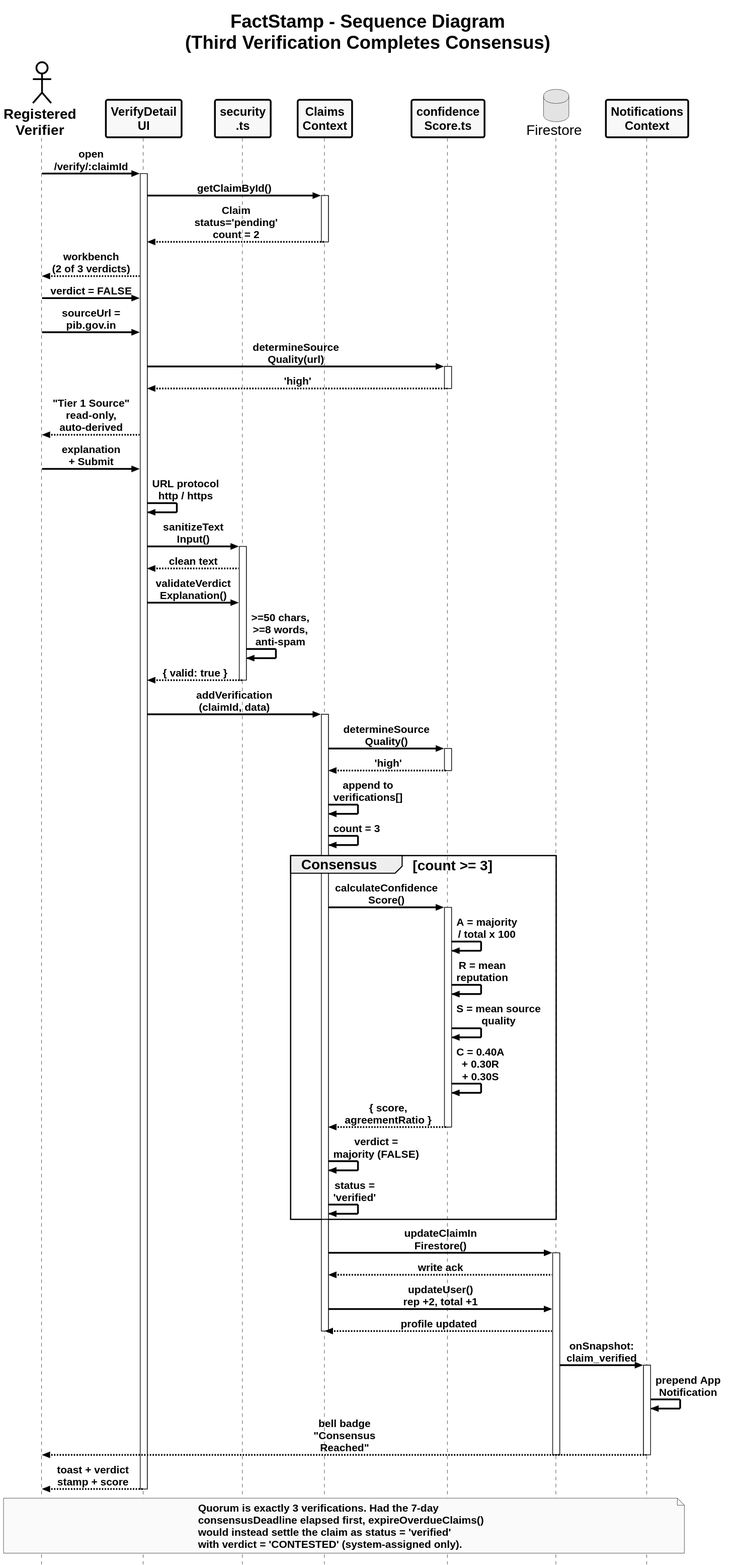
aadish0day/typst keeps this PlantUML diagram as FactStamp/black_book_draft/03_Requirements_and_Analysis/attachments/sequence_diagram.svg. Above is the earlier version. Its diagram source:
```plantuml
@startuml
skinparam style strictuml
skinparam monochrome true
skinparam defaultFontName "Liberation Sans"
skinparam defaultFontSize 20
skinparam defaultFontStyle bold
skinparam titleFontSize 26
skinparam titleFontStyle bold

skinparam backgroundColor white
skinparam ArrowColor black
skinparam ArrowThickness 2.5
skinparam ArrowFontSize 17
skinparam ArrowFontStyle bold

skinparam UsecaseBorderColor black
skinparam UsecaseBorderThickness 2.5
skinparam UsecaseBackgroundColor #F8F9FA
skinparam UsecaseFontSize 19
skinparam UsecaseFontStyle bold

skinparam ActorBorderColor black
skinparam ActorBorderThickness 2.5
skinparam ActorBackgroundColor #FFFFFF
skinparam ActorFontSize 20
skinparam ActorFontStyle bold

skinparam RectangleBorderColor black
skinparam RectangleBorderThickness 2.5
skinparam RectangleBackgroundColor transparent
skinparam RectangleFontSize 20
skinparam RectangleFontStyle bold

title FactStamp - Sequence Diagram\n(Third Verification Completes Consensus)

skinparam ParticipantBorderColor black
skinparam ParticipantBorderThickness 2.5
skinparam ParticipantBackgroundColor #F8F9FA
skinparam ParticipantFontSize 17
skinparam ParticipantFontStyle bold
skinparam SequenceLifeLineBorderColor black
skinparam SequenceLifeLineBorderThickness 2.0
skinparam SequenceMessageAlignment center
skinparam ArrowFontSize 15
skinparam NoteFontSize 15
skinparam NoteFontStyle bold
skinparam maxMessageSize 190

actor "Registered\nVerifier" as V
participant "VerifyDetail\nUI" as UI
participant "security\n.ts" as SEC
participant "Claims\nContext" as CTX
participant "confidence\nScore.ts" as CONF
database "Firestore" as FS
participant "Notifications\nContext" as NOTIF

V -> UI : open\n/verify/:claimId
activate UI
UI -> CTX : getClaimById()
activate CTX
CTX --> UI : Claim\nstatus='pending'\ncount = 2
deactivate CTX
UI --> V : workbench\n(2 of 3 verdicts)

V -> UI : verdict = FALSE
V -> UI : sourceUrl =\npib.gov.in
UI -> CONF : determineSource\nQuality(url)
activate CONF
CONF --> UI : 'high'
deactivate CONF
UI --> V : "Tier 1 Source"\nread-only,\nauto-derived

V -> UI : explanation\n+ Submit
UI -> UI : URL protocol\nhttp / https

UI -> SEC : sanitizeText\nInput()
activate SEC
SEC --> UI : clean text
UI -> SEC : validateVerdict\nExplanation()
SEC -> SEC : >=50 chars,\n>=8 words,\nanti-spam
SEC --> UI : { valid: true }
deactivate SEC

UI -> CTX : addVerification\n(claimId, data)
activate CTX
CTX -> CONF : determineSource\nQuality()
activate CONF
CONF --> CTX : 'high'
deactivate CONF
CTX -> CTX : append to\nverifications[]
CTX -> CTX : count = 3

group Consensus [count >= 3]
  CTX -> CONF : calculateConfidence\nScore()
  activate CONF
  CONF -> CONF : A = majority\n/ total x 100
  CONF -> CONF : R = mean\nreputation
  CONF -> CONF : S = mean source\nquality
  CONF -> CONF : C = 0.40A\n+ 0.30R\n+ 0.30S
  CONF --> CTX : { score,\nagreementRatio }
  deactivate CONF
  CTX -> CTX : verdict =\nmajority (FALSE)
  CTX -> CTX : status =\n'verified'
end

CTX -> FS : updateClaimIn\nFirestore()
activate FS
FS --> CTX : write ack
CTX -> FS : updateUser()\nrep +2, total +1
FS --> CTX : profile updated
deactivate CTX

FS -> NOTIF : onSnapshot:\nclaim_verified
activate NOTIF
NOTIF -> NOTIF : prepend App\nNotification
NOTIF --> V : bell badge\n"Consensus\nReached"
deactivate NOTIF
deactivate FS

UI --> V : toast + verdict\nstamp + score
deactivate UI

note over V, NOTIF
  Quorum is exactly 3 verifications. Had the 7-day
  consensusDeadline elapsed first, expireOverdueClaims()
  would instead settle the claim as status = 'verified'
  with verdict = 'CONTESTED' (system-assigned only).
end note
@enduml
```
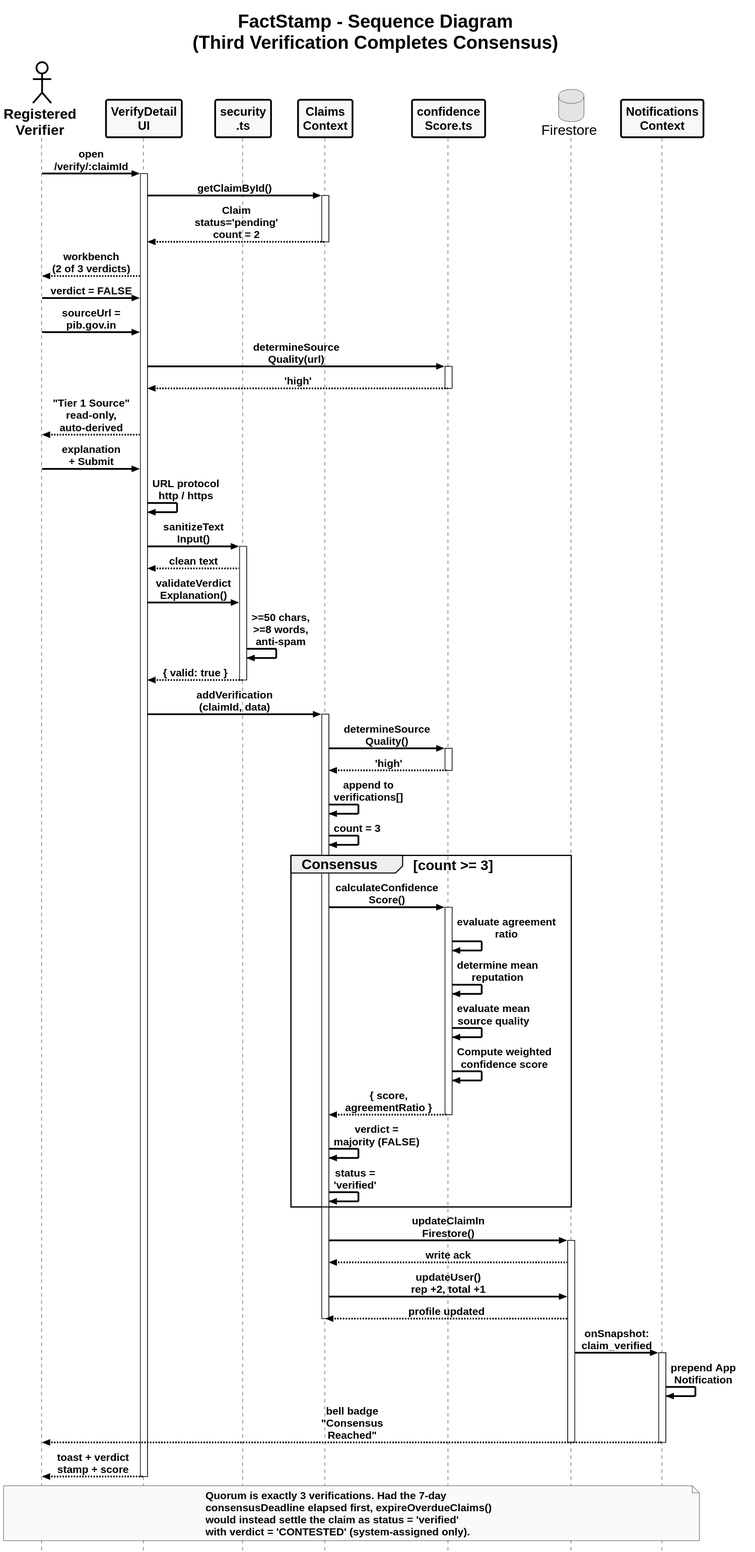
After the change.

What changed in the source:
```diff
@@ -93,10 +93,10 @@
 group Consensus [count >= 3]
   CTX -> CONF : calculateConfidence\nScore()
   activate CONF
-  CONF -> CONF : A = majority\n/ total x 100
-  CONF -> CONF : R = mean\nreputation
-  CONF -> CONF : S = mean source\nquality
-  CONF -> CONF : C = 0.40A\n+ 0.30R\n+ 0.30S
+  CONF -> CONF : evaluate agreement\nratio
+  CONF -> CONF : determine mean\nreputation
+  CONF -> CONF : evaluate mean\nsource quality
+  CONF -> CONF : Compute weighted\nconfidence score
   CONF --> CTX : { score,\nagreementRatio }
   deactivate CONF
   CTX -> CTX : verdict =\nmajority (FALSE)
```
